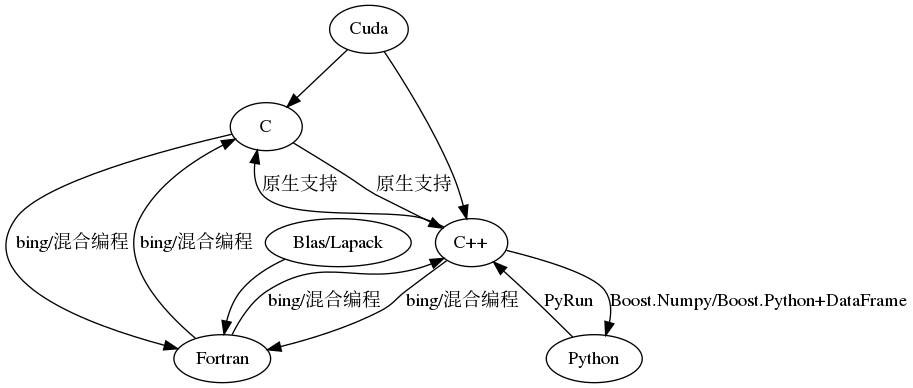
Earlier version of the Graphviz export languages.png (Mapoet/Cpp_Cuda_Python). Its source is kept beside it as languages.gv.
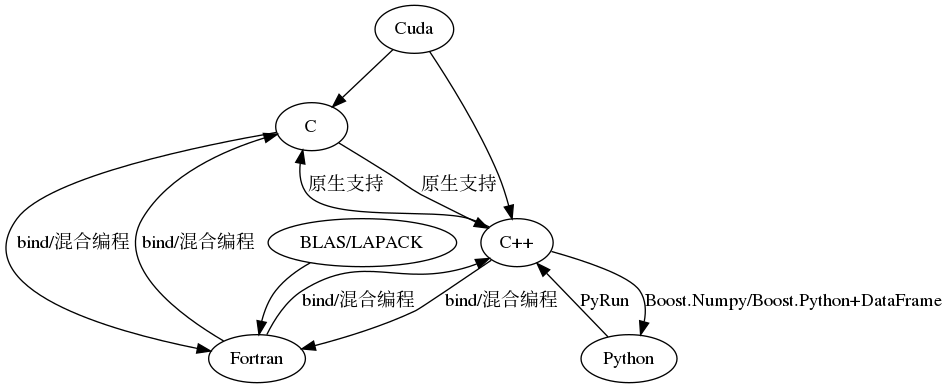
After the commit.

Diff of the diagram source:
```diff
@@ -1,13 +1,13 @@
 digraph{
 "Cuda" -> "C"
 "Cuda" -> "C++"
-"Blas/Lapack" -> "Fortran"
-"Fortran" -> "C"[label="bing/混合编程"]
-"C" -> "Fortran"[label="bing/混合编程"]
+"BLAS/LAPACK" -> "Fortran"
+"Fortran" -> "C"[label="bind/混合编程"]
+"C" -> "Fortran"[label="bind/混合编程"]
 "C" -> "C++"[label="原生支持"]
 "C++" -> "C"[label="原生支持"]
-"Fortran" -> "C++"[label="bing/混合编程"]
-"C++" -> "Fortran"[label="bing/混合编程"]
+"Fortran" -> "C++"[label="bind/混合编程"]
+"C++" -> "Fortran"[label="bind/混合编程"]
 "C++" -> "Python"[label="Boost.Numpy/Boost.Python+DataFrame"]
 "Python" -> "C++"[label="PyRun"]
 }
```
